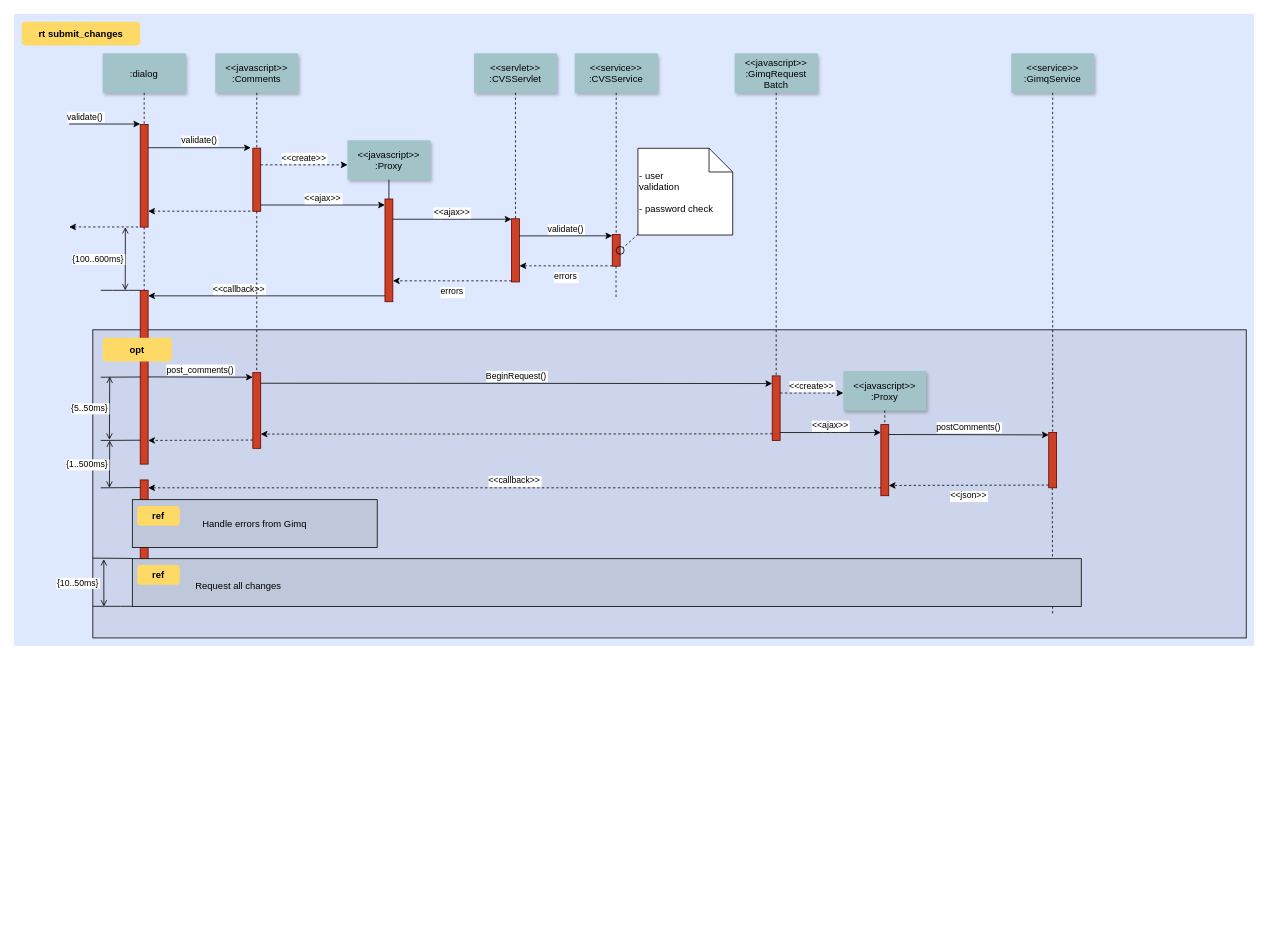
Before: Untitled Diagram.drawio in Zongji/my-xmind, a draw.io diagram. Source tidied: cells renumbered, new cells numbered last; positions are measured from the earlier drawing's top-left corner, leaving out a move shared by most shapes. Both pictures are drawn from the tidied source at 79%, with x=0, y=0 at pixel (13, 13).
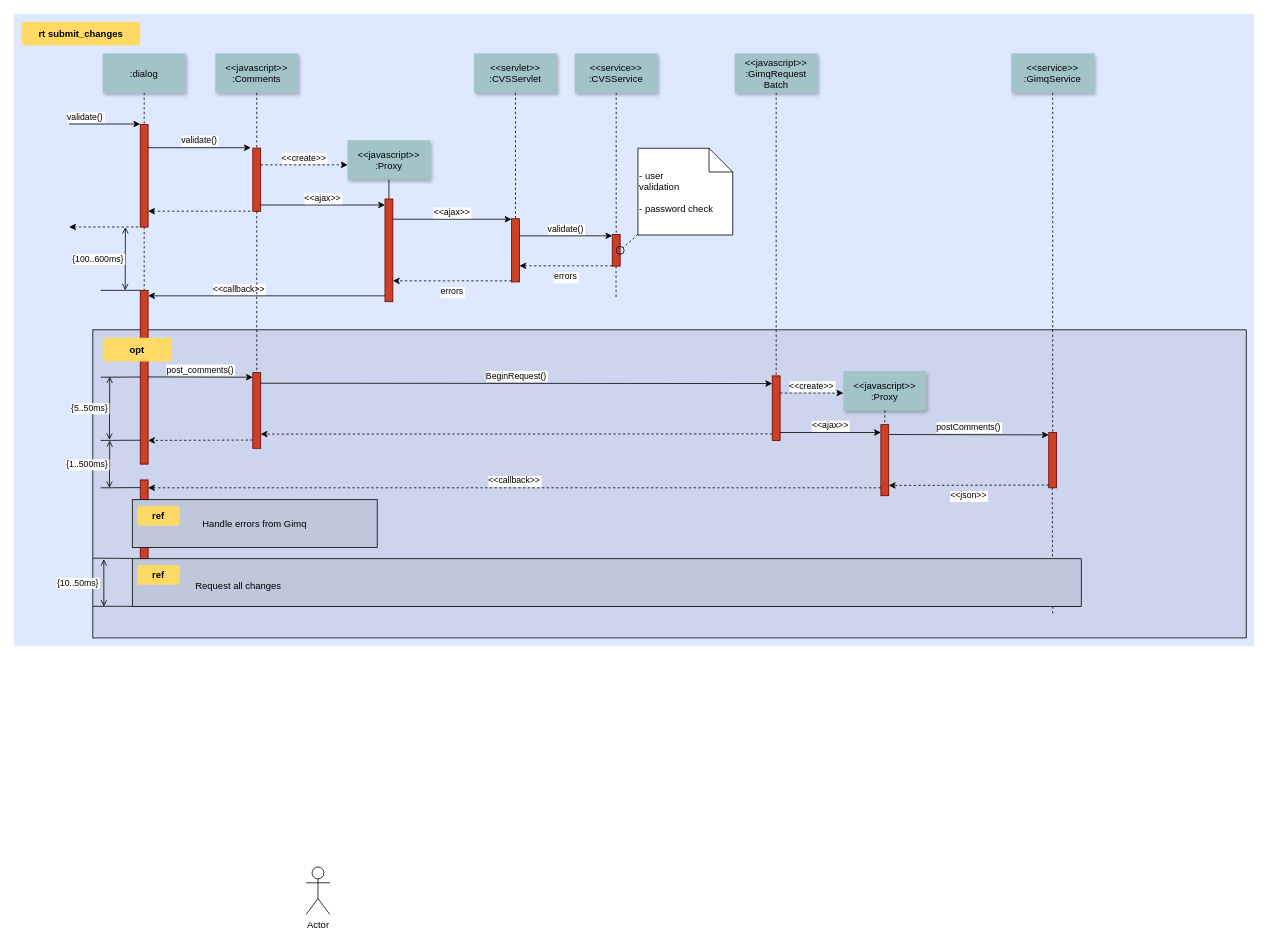
The same page after the edit.

Diff of the diagram source:
```diff
@@
+    <mxCell id="75" value="Actor" style="shape=umlActor;verticalLabelPosition=bottom;verticalAlign=top;html=1;" parent="1" vertex="1">
+      <mxGeometry x="370" y="1080" width="30" height="60" as="geometry" />
+    </mxCell>
```
